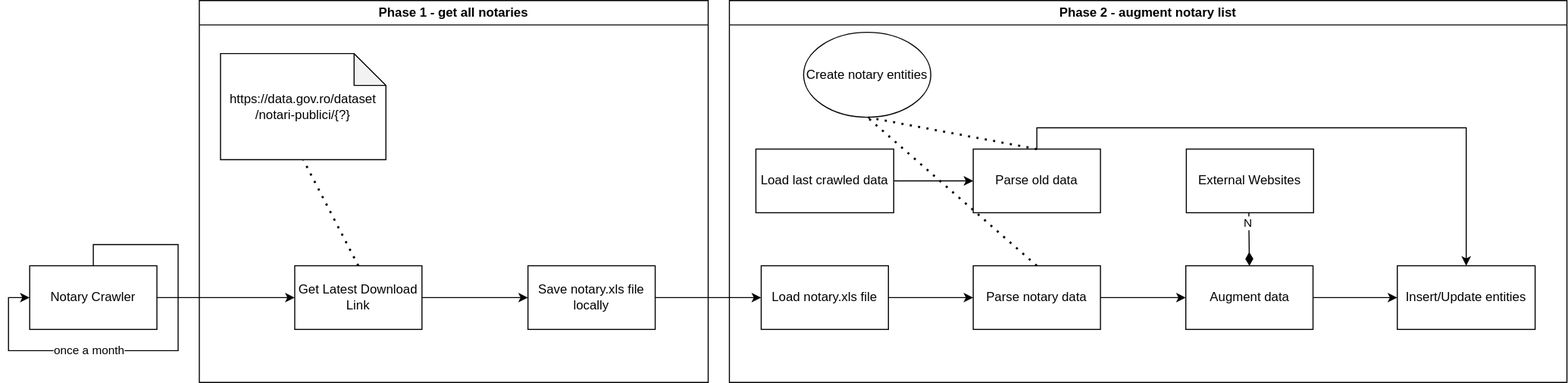
Before: diagrams/crawler-behavioural-diagram.drawio.svg, a diagram exported from draw.io (IonitaCatalin/now-web-project). Source tidied: cells renumbered, new cells last; positions are measured from the earlier drawing's top-left corner, leaving out a move shared by most shapes.
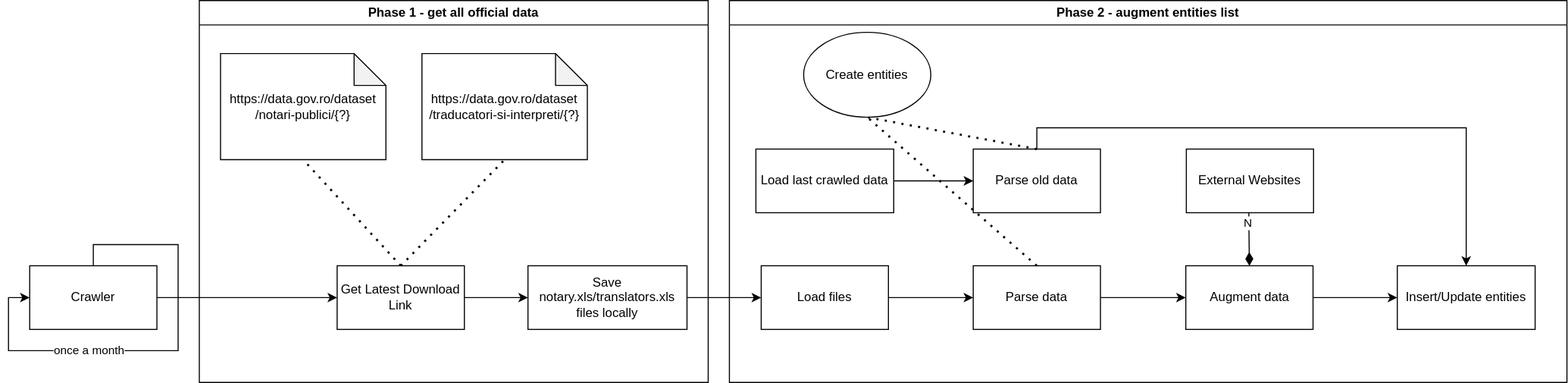
The same file after the commit.

Commit message:
updated crawler + use case diagrams

The edit, as a diff of the source:
```diff
@@ -5,15 +5,12 @@
     <mxCell id="2" style="edgeStyle=orthogonalEdgeStyle;rounded=0;jettySize=auto;html=1;entryX=0;entryY=0.5;entryDx=0;entryDy=0;" parent="1" edge="1" source="3" target="5">
       <mxGeometry relative="1" as="geometry" />
     </mxCell>
-    <mxCell id="3" value="Notary Crawler" style="rounded=0;whiteSpace=wrap;html=1;" parent="1" vertex="1">
+    <mxCell id="3" value="Crawler" style="rounded=0;whiteSpace=wrap;html=1;" parent="1" vertex="1">
       <mxGeometry y="250" width="120" height="60" as="geometry" />
     </mxCell>
     <mxCell id="4" style="edgeStyle=orthogonalEdgeStyle;rounded=0;jettySize=auto;html=1;entryX=0;entryY=0.5;entryDx=0;entryDy=0;" parent="1" edge="1" source="5" target="9">
       <mxGeometry relative="1" as="geometry" />
     </mxCell>
-    <mxCell id="5" value="Get Latest Download Link" style="rounded=0;whiteSpace=wrap;html=1;" parent="1" vertex="1">
-      <mxGeometry x="250" y="250" width="120" height="60" as="geometry" />
-    </mxCell>
     <mxCell id="6" value="https://data.gov.ro/dataset&lt;br&gt;/notari-publici/{?}" style="shape=note;whiteSpace=wrap;html=1;backgroundOutline=1;darkOpacity=0.05;" parent="1" vertex="1">
       <mxGeometry x="180" y="50" width="156" height="100" as="geometry" />
     </mxCell>
@@ -23,25 +20,34 @@
     <mxCell id="8" style="edgeStyle=orthogonalEdgeStyle;rounded=0;jettySize=auto;html=1;entryX=0;entryY=0.5;entryDx=0;entryDy=0;" parent="1" edge="1" source="9" target="12">
       <mxGeometry relative="1" as="geometry" />
     </mxCell>
-    <mxCell id="9" value="Save notary.xls file locally" style="rounded=0;whiteSpace=wrap;html=1;" parent="1" vertex="1">
-      <mxGeometry x="470" y="250" width="120" height="60" as="geometry" />
+    <mxCell id="9" value="Save notary.xls/translators.xls files locally" style="rounded=0;whiteSpace=wrap;html=1;" parent="1" vertex="1">
+      <mxGeometry x="470" y="250" width="150" height="60" as="geometry" />
     </mxCell>
-    <mxCell id="10" value="Phase 1 - get all notaries" style="swimlane;whiteSpace=wrap;html=1;" parent="1" vertex="1">
+    <mxCell id="10" value="Phase 1 - get all official data" style="swimlane;whiteSpace=wrap;html=1;" parent="1" vertex="1">
       <mxGeometry x="160" width="480" height="360" as="geometry" />
     </mxCell>
+    <mxCell id="29" value="https://data.gov.ro/dataset&lt;br&gt;/traducatori-si-interpreti/{?}" style="shape=note;whiteSpace=wrap;html=1;backgroundOutline=1;darkOpacity=0.05;" parent="10" vertex="1">
+      <mxGeometry x="210" y="50" width="156" height="100" as="geometry" />
+    </mxCell>
+    <mxCell id="5" value="Get Latest Download Link" style="rounded=0;whiteSpace=wrap;html=1;" parent="10" vertex="1">
+      <mxGeometry x="130" y="250" width="120" height="60" as="geometry" />
+    </mxCell>
+    <mxCell id="30" style="endArrow=none;dashed=1;html=1;dashPattern=1 3;strokeWidth=2;rounded=0;entryX=0.5;entryY=1;entryDx=0;entryDy=0;entryPerimeter=0;exitX=0.5;exitY=0;exitDx=0;exitDy=0;" parent="10" edge="1" source="5" target="29">
+      <mxGeometry relative="1" as="geometry" />
+    </mxCell>
     <mxCell id="11" style="edgeStyle=orthogonalEdgeStyle;rounded=0;jettySize=auto;html=1;entryX=0;entryY=0.5;entryDx=0;entryDy=0;" parent="1" edge="1" source="12" target="14">
       <mxGeometry relative="1" as="geometry" />
     </mxCell>
-    <mxCell id="12" value="Load notary.xls file" style="rounded=0;whiteSpace=wrap;html=1;" parent="1" vertex="1">
+    <mxCell id="12" value="Load files" style="rounded=0;whiteSpace=wrap;html=1;" parent="1" vertex="1">
       <mxGeometry x="690" y="250" width="120" height="60" as="geometry" />
     </mxCell>
     <mxCell id="13" style="edgeStyle=orthogonalEdgeStyle;rounded=0;jettySize=auto;html=1;entryX=0;entryY=0.5;entryDx=0;entryDy=0;" parent="1" edge="1" source="14" target="24">
       <mxGeometry relative="1" as="geometry" />
     </mxCell>
-    <mxCell id="14" value="Parse notary data" style="rounded=0;whiteSpace=wrap;html=1;" parent="1" vertex="1">
+    <mxCell id="14" value="Parse data" style="rounded=0;whiteSpace=wrap;html=1;" parent="1" vertex="1">
       <mxGeometry x="890" y="250" width="120" height="60" as="geometry" />
     </mxCell>
-    <mxCell id="15" value="Create notary entities" style="ellipse;whiteSpace=wrap;html=1;" parent="1" vertex="1">
+    <mxCell id="15" value="Create entities" style="ellipse;whiteSpace=wrap;html=1;" parent="1" vertex="1">
       <mxGeometry x="730" y="30" width="120" height="80" as="geometry" />
     </mxCell>
     <mxCell id="16" style="endArrow=none;dashed=1;html=1;dashPattern=1 3;strokeWidth=2;rounded=0;entryX=0.5;entryY=1;entryDx=0;entryDy=0;exitX=0.5;exitY=0;exitDx=0;exitDy=0;" parent="1" edge="1" source="14" target="15">
@@ -90,7 +96,7 @@
     <mxCell id="27" value="Insert/Update entities" style="rounded=0;whiteSpace=wrap;html=1;" parent="1" vertex="1">
       <mxGeometry x="1290" y="250" width="130" height="60" as="geometry" />
     </mxCell>
-    <mxCell id="28" value="Phase 2 - augment notary list" style="swimlane;whiteSpace=wrap;html=1;" parent="1" vertex="1">
+    <mxCell id="28" value="Phase 2 - augment entities list" style="swimlane;whiteSpace=wrap;html=1;" parent="1" vertex="1">
       <mxGeometry x="660" width="790" height="360" as="geometry" />
     </mxCell>
   </root>
```
